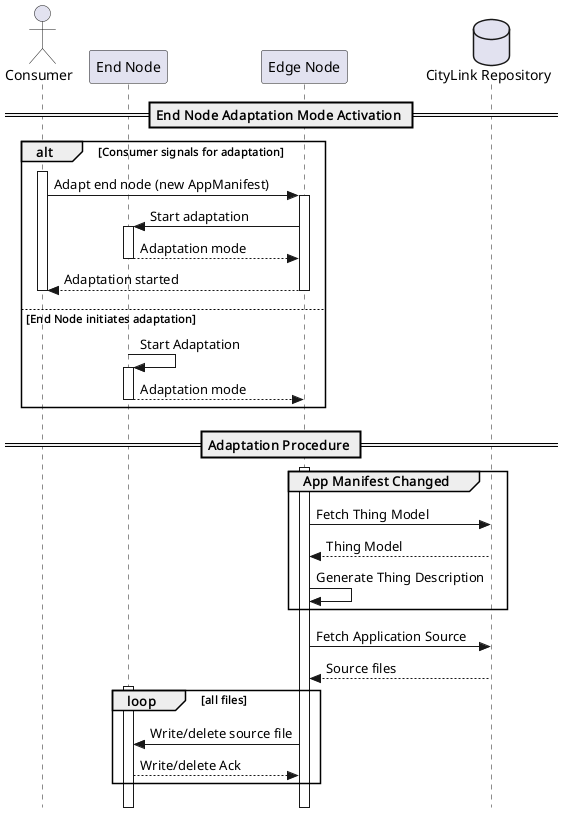
les2feup/CityLink keeps this PlantUML diagram as uml/Sequence/adaptation.png. Above is the earlier version.
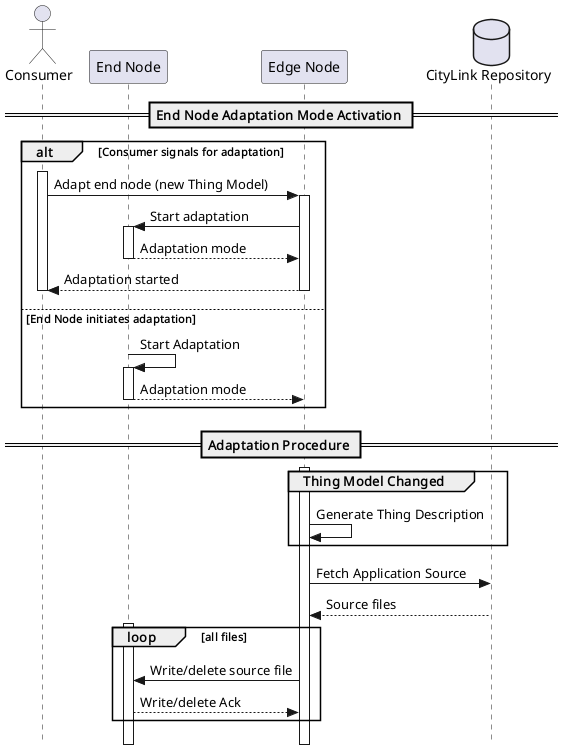
Above is the later version.

Diff of the diagram source:
```diff
@@ -11,7 +11,7 @@
 
 alt Consumer signals for adaptation
     activate consumer
-        consumer -> edgeNode: Adapt end node (new AppManifest)
+        consumer -> edgeNode: Adapt end node (new Thing Model)
         activate edgeNode
             edgeNode -> endNode: Start adaptation
             activate endNode
@@ -29,9 +29,7 @@
 == Adaptation Procedure ==
 
 activate edgeNode
-group App Manifest Changed
-    edgeNode -> cloud: Fetch Thing Model
-    cloud --> edgeNode: Thing Model
+group Thing Model Changed
     edgeNode -> edgeNode: Generate Thing Description
 end
 
```
